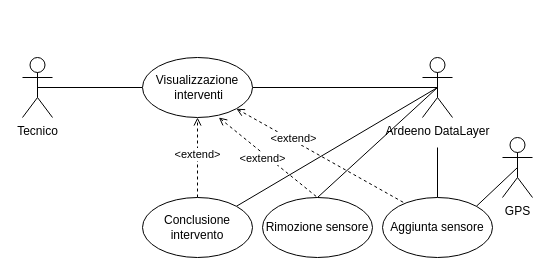
The draw.io diagram deliverables/d2/.media/.drawio/tecnico1.drawio in amanfucci/ardeeno-workondeliverables, before the edit. Source tidied: cells renumbered, new cells numbered last; positions are measured from the earlier drawing's top-left corner, leaving out a move shared by most shapes. Both pictures are drawn from the tidied source at 100%, with x=0, y=0 at pixel (22, 57).
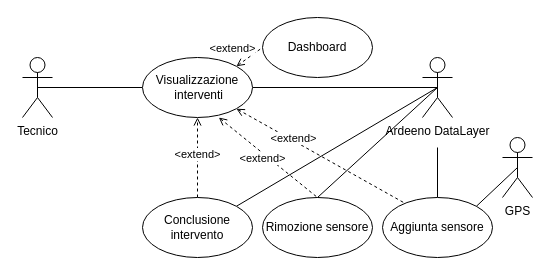
Above is the later version.

Unchanged cells that the change refers to:
```xml
<mxCell id="5" value="Visualizzazione&lt;br&gt;&amp;nbsp;interventi" style="ellipse;whiteSpace=wrap;html=1;" parent="1" vertex="1">
  <mxGeometry x="120" width="110" height="60" as="geometry" />
</mxCell>
```

Change to the diagram source:
```diff
@@
+    <mxCell id="21" value="Dashboard" style="ellipse;whiteSpace=wrap;html=1;" parent="1" vertex="1">
+      <mxGeometry x="240" y="-40" width="110" height="60" as="geometry" />
+    </mxCell>
+    <mxCell id="22" style="edgeStyle=none;rounded=0;jumpStyle=none;jettySize=auto;html=1;exitX=1;exitY=0;exitDx=0;exitDy=0;strokeWidth=1;endArrow=none;endFill=0;dashed=1;startArrow=open;startFill=0;entryX=0;entryY=0.5;entryDx=0;entryDy=0;" parent="1" edge="1" source="5" target="21">
+      <mxGeometry relative="1" as="geometry" />
+    </mxCell>
+    <mxCell id="23" value="&lt;div&gt;&amp;lt;extend&amp;gt;&lt;/div&gt;" style="edgeLabel;html=1;align=center;verticalAlign=middle;" parent="22" vertex="1">
+      <mxGeometry x="0.18" y="-1" relative="1" as="geometry">
+        <mxPoint x="-20" y="-8" as="offset" />
+      </mxGeometry>
+    </mxCell>
```
